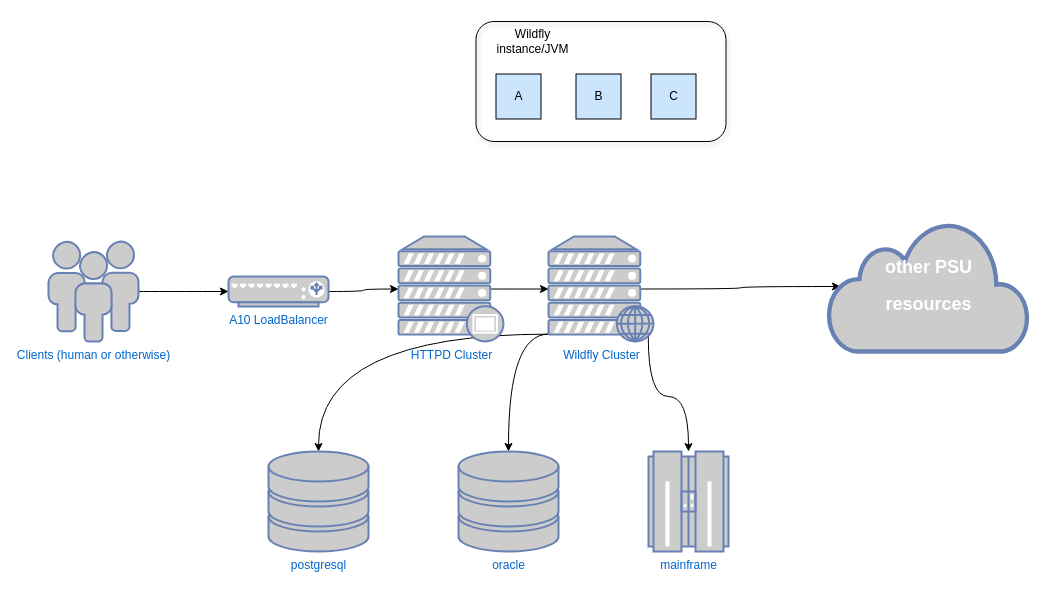
This is old-state.drawio from PennState/draw.io, a draw.io file, before an edit. Source tidied: cells renumbered, new cells numbered last; positions are measured from the earlier drawing's top-left corner, leaving out a move shared by most shapes. Both pictures are drawn from the tidied source at 100%, with x=0, y=0 at pixel (48, 21).
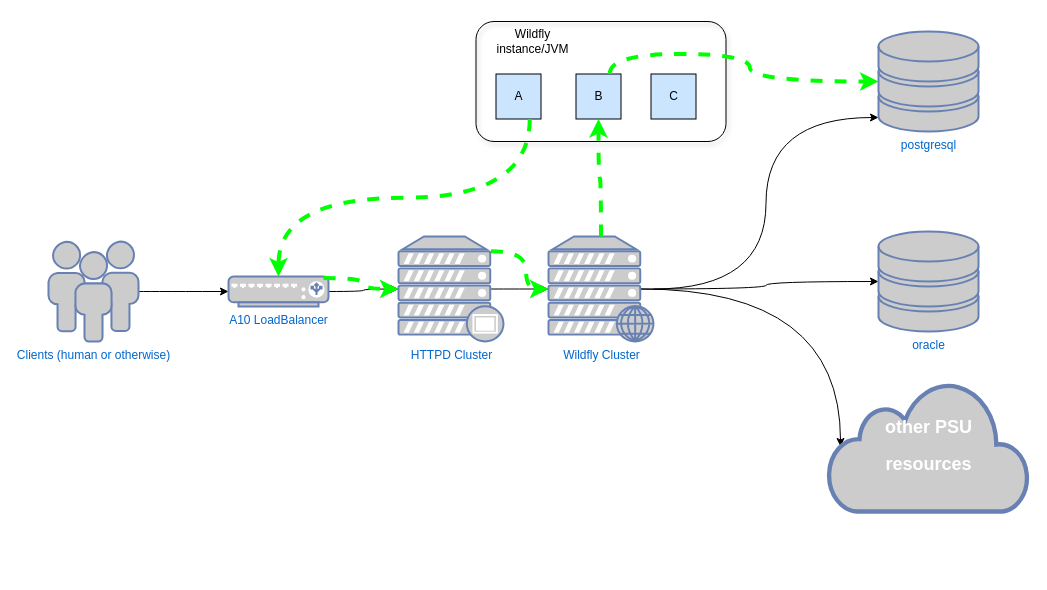
The same page after the edit.

The change refers to these unchanged cells:
```xml
<mxCell id="8" value="&lt;div&gt;Wildfly Cluster&lt;/div&gt;" style="fontColor=#0066CC;verticalAlign=top;verticalLabelPosition=bottom;labelPosition=center;align=center;html=1;outlineConnect=0;fillColor=#CCCCCC;strokeColor=#6881B3;gradientColor=none;gradientDirection=north;strokeWidth=2;shape=mxgraph.networks.web_server;" parent="1" vertex="1">
  <mxGeometry x="500" y="215" width="105" height="105" as="geometry" />
</mxCell>
<mxCell id="10" value="&lt;div&gt;HTTPD Cluster&lt;/div&gt;" style="fontColor=#0066CC;verticalAlign=top;verticalLabelPosition=bottom;labelPosition=center;align=center;html=1;outlineConnect=0;fillColor=#CCCCCC;strokeColor=#6881B3;gradientColor=none;gradientDirection=north;strokeWidth=2;shape=mxgraph.networks.proxy_server;" parent="1" vertex="1">
  <mxGeometry x="350" y="215" width="105" height="105" as="geometry" />
</mxCell>
<mxCell id="12" value="A10 LoadBalancer" style="fontColor=#0066CC;verticalAlign=top;verticalLabelPosition=bottom;labelPosition=center;align=center;html=1;outlineConnect=0;fillColor=#CCCCCC;strokeColor=#6881B3;gradientColor=none;gradientDirection=north;strokeWidth=2;shape=mxgraph.networks.load_balancer;" parent="1" vertex="1">
  <mxGeometry x="180" y="255" width="100" height="30" as="geometry" />
</mxCell>
<mxCell id="19" value="A" style="rounded=0;whiteSpace=wrap;html=1;shadow=0;fillColor=#CCE5FF;" parent="17" vertex="1">
  <mxGeometry x="20" y="52.5" width="45" height="45" as="geometry" />
</mxCell>
<mxCell id="20" value="B" style="rounded=0;whiteSpace=wrap;html=1;shadow=0;fillColor=#CCE5FF;" parent="17" vertex="1">
  <mxGeometry x="100" y="52.5" width="45" height="45" as="geometry" />
</mxCell>
```

Diff of the diagram source:
```diff
@@
-    <mxCell id="5" style="edgeStyle=orthogonalEdgeStyle;rounded=0;jettySize=auto;html=1;exitX=0.95;exitY=0.95;exitDx=0;exitDy=0;exitPerimeter=0;curved=1;" parent="1" edge="1" source="8" target="15">
-      <mxGeometry relative="1" as="geometry" />
-    </mxCell>
-    <mxCell id="6" style="edgeStyle=orthogonalEdgeStyle;rounded=0;jettySize=auto;html=1;exitX=0;exitY=0.93;exitDx=0;exitDy=0;exitPerimeter=0;entryX=0.5;entryY=0;entryDx=0;entryDy=0;entryPerimeter=0;curved=1;" parent="1" edge="1" source="8" target="14">
+    <mxCell id="6" style="edgeStyle=orthogonalEdgeStyle;rounded=0;jettySize=auto;html=1;exitX=0.88;exitY=0.5;exitDx=0;exitDy=0;exitPerimeter=0;curved=1;" parent="1" edge="1" source="8" target="14">
       <mxGeometry relative="1" as="geometry" />
     </mxCell>
-    <mxCell id="7" style="edgeStyle=orthogonalEdgeStyle;curved=1;rounded=0;jettySize=auto;html=1;exitX=0;exitY=0.93;exitDx=0;exitDy=0;exitPerimeter=0;entryX=0.5;entryY=0;entryDx=0;entryDy=0;entryPerimeter=0;" parent="1" edge="1" source="8" target="13">
+    <mxCell id="7" style="edgeStyle=orthogonalEdgeStyle;curved=1;rounded=0;jettySize=auto;html=1;entryX=0;entryY=0.86;entryDx=0;entryDy=0;entryPerimeter=0;" parent="1" edge="1" source="8" target="13">
       <mxGeometry relative="1" as="geometry" />
     </mxCell>
@@
     <mxCell id="13" value="&lt;div&gt;postgresql&lt;/div&gt;" style="fontColor=#0066CC;verticalAlign=top;verticalLabelPosition=bottom;labelPosition=center;align=center;html=1;outlineConnect=0;fillColor=#CCCCCC;strokeColor=#6881B3;gradientColor=none;gradientDirection=north;strokeWidth=2;shape=mxgraph.networks.storage;" parent="1" vertex="1">
-      <mxGeometry x="220" y="430" width="100" height="100" as="geometry" />
+      <mxGeometry x="830" y="10" width="100" height="100" as="geometry" />
     </mxCell>
     <mxCell id="14" value="&lt;div&gt;oracle&lt;/div&gt;" style="fontColor=#0066CC;verticalAlign=top;verticalLabelPosition=bottom;labelPosition=center;align=center;html=1;outlineConnect=0;fillColor=#CCCCCC;strokeColor=#6881B3;gradientColor=none;gradientDirection=north;strokeWidth=2;shape=mxgraph.networks.storage;" parent="1" vertex="1">
-      <mxGeometry x="410" y="430" width="100" height="100" as="geometry" />
+      <mxGeometry x="830" y="210" width="100" height="100" as="geometry" />
     </mxCell>
-    <mxCell id="15" value="mainframe" style="fontColor=#0066CC;verticalAlign=top;verticalLabelPosition=bottom;labelPosition=center;align=center;html=1;outlineConnect=0;fillColor=#CCCCCC;strokeColor=#6881B3;gradientColor=none;gradientDirection=north;strokeWidth=2;shape=mxgraph.networks.mainframe;" parent="1" vertex="1">
-      <mxGeometry x="600" y="430" width="80" height="100" as="geometry" />
-    </mxCell>
     <mxCell id="16" value="&lt;div&gt;&lt;h2&gt;&lt;b&gt;other PSU&lt;/b&gt;&lt;/h2&gt;&lt;h2&gt;&lt;b&gt;resources&lt;/b&gt;&lt;/h2&gt;&lt;/div&gt;" style="html=1;outlineConnect=0;fillColor=#CCCCCC;strokeColor=#6881B3;gradientColor=none;gradientDirection=north;strokeWidth=2;shape=mxgraph.networks.cloud;fontColor=#ffffff;" parent="1" vertex="1">
-      <mxGeometry x="780" y="200" width="200" height="130" as="geometry" />
+      <mxGeometry x="780" y="360" width="200" height="130" as="geometry" />
     </mxCell>
@@
+    <mxCell id="23" parent="0" />
+    <mxCell id="24" style="edgeStyle=orthogonalEdgeStyle;curved=1;rounded=0;jettySize=auto;html=1;exitX=0.75;exitY=1;exitDx=0;exitDy=0;entryX=0.5;entryY=0;entryDx=0;entryDy=0;entryPerimeter=0;dashed=1;strokeColor=#00FF00;strokeWidth=4;comic=0;" parent="23" edge="1" source="19" target="12">
+      <mxGeometry relative="1" as="geometry" />
+    </mxCell>
+    <mxCell id="25" style="edgeStyle=orthogonalEdgeStyle;curved=1;rounded=0;comic=0;jettySize=auto;html=1;exitX=0.95;exitY=0.05;exitDx=0;exitDy=0;exitPerimeter=0;dashed=1;strokeColor=#00FF00;strokeWidth=4;" parent="23" edge="1" source="12" target="10">
+      <mxGeometry relative="1" as="geometry" />
+    </mxCell>
+    <mxCell id="26" style="edgeStyle=orthogonalEdgeStyle;curved=1;rounded=0;comic=0;jettySize=auto;html=1;exitX=0.88;exitY=0.14;exitDx=0;exitDy=0;exitPerimeter=0;entryX=0;entryY=0.5;entryDx=0;entryDy=0;entryPerimeter=0;dashed=1;strokeColor=#00FF00;strokeWidth=4;" parent="23" edge="1" source="10" target="8">
+      <mxGeometry relative="1" as="geometry" />
+    </mxCell>
+    <mxCell id="27" style="edgeStyle=orthogonalEdgeStyle;curved=1;rounded=0;comic=0;jettySize=auto;html=1;exitX=0.5;exitY=0;exitDx=0;exitDy=0;exitPerimeter=0;dashed=1;strokeColor=#00FF00;strokeWidth=4;" parent="23" edge="1" source="8" target="20">
+      <mxGeometry relative="1" as="geometry" />
+    </mxCell>
+    <mxCell id="28" style="edgeStyle=orthogonalEdgeStyle;curved=1;rounded=0;comic=0;jettySize=auto;html=1;exitX=0.75;exitY=0;exitDx=0;exitDy=0;dashed=1;strokeColor=#00FF00;strokeWidth=4;" parent="23" edge="1" source="20" target="13">
+      <mxGeometry relative="1" as="geometry" />
+    </mxCell>
```
